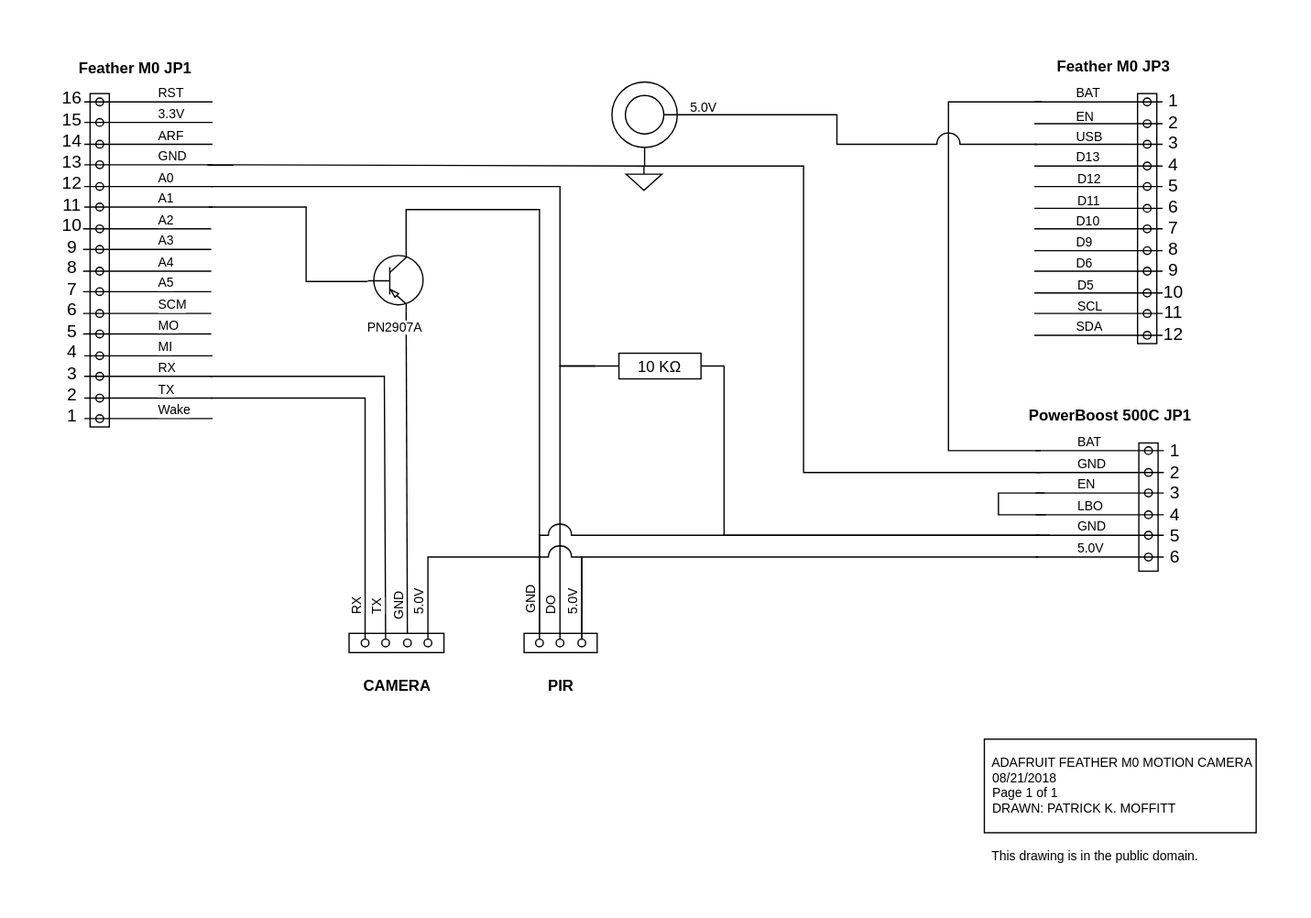
Above: images/motion_camera_schematic.svg in patrickmoffitt/Adafruit-Feather-M0-Motion-Camera (draw.io), before the change. Source tidied: cells renumbered, new cells last; positions are measured from the earlier drawing's top-left corner, leaving out a move shared by most shapes.
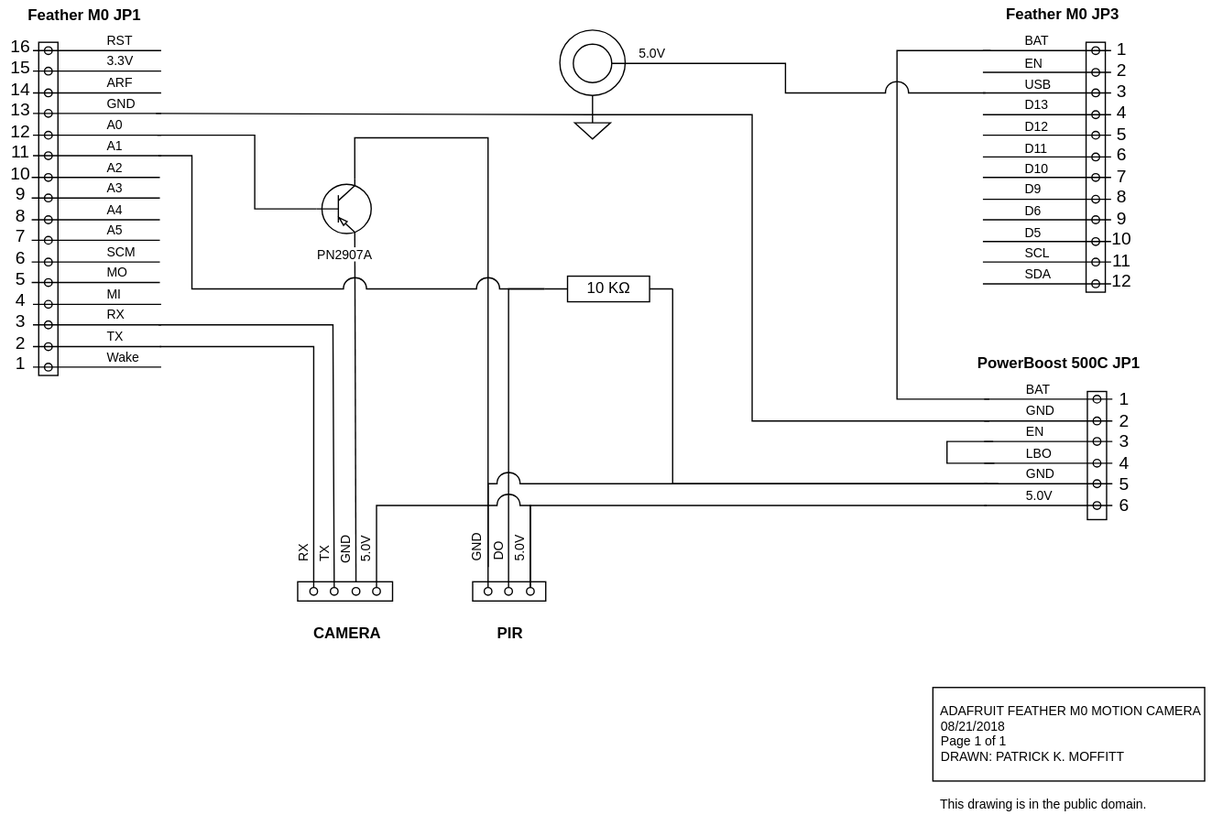
The same diagram one commit later.

Commit message:
Corrected PIN assingments. Thanks to @krisbros for pointing out my mistake.

Change to the diagram source:
```diff
@@ -18,17 +18,8 @@
         </Array>
       </mxGeometry>
     </mxCell>
-    <mxCell id="5" style="edgeStyle=orthogonalEdgeStyle;rounded=0;jumpStyle=arc;jumpSize=18;html=1;exitX=0;exitY=0.5;exitPerimeter=0;startArrow=none;startFill=0;endArrow=none;endFill=0;jettySize=auto;strokeColor=#000000;fontSize=10;" parent="1" edge="1" source="6">
-      <mxGeometry relative="1" as="geometry">
-        <mxPoint x="124" y="105" as="targetPoint" />
-        <Array as="points">
-          <mxPoint x="396" y="245" />
-          <mxPoint x="396" y="105" />
-        </Array>
-      </mxGeometry>
-    </mxCell>
     <mxCell id="6" value="10 KΩ" style="verticalLabelPosition=middle;shadow=0;dashed=0;align=center;fillColor=#ffffff;html=1;verticalAlign=middle;strokeWidth=1;shape=mxgraph.electrical.resistors.resistor_1;labelBackgroundColor=#FFFFFF;fontSize=12;labelPosition=center;" parent="1" vertex="1">
-      <mxGeometry x="424" y="235" width="100" height="20" as="geometry" />
+      <mxGeometry x="424" y="215" width="100" height="20" as="geometry" />
     </mxCell>
     <mxCell id="7" value="&lt;br&gt;&amp;nbsp; ADAFRUIT FEATHER M0 MOTION CAMERA&amp;nbsp; &lt;br&gt;&amp;nbsp; 08/21/2018&lt;br&gt;&amp;nbsp; Page 1 of 1&lt;br&gt;&amp;nbsp; DRAWN: PATRICK K. MOFFITT&lt;br&gt;&amp;nbsp;" style="text;html=1;fontSize=10;labelBorderColor=#000000;spacing=2;spacingLeft=0;" parent="1" vertex="1">
       <mxGeometry x="725" y="529" width="30" height="18" as="geometry" />
@@ -480,23 +471,24 @@
     </mxCell>
     <mxCell id="108" style="edgeStyle=orthogonalEdgeStyle;rounded=0;jumpStyle=arc;jumpSize=18;html=1;exitX=0;exitY=0.5;exitPerimeter=0;startArrow=none;startFill=0;endArrow=none;endFill=0;jettySize=auto;strokeColor=#000000;fontSize=10;" parent="1" edge="1" source="110">
       <mxGeometry relative="1" as="geometry">
-        <mxPoint x="122" y="121" as="targetPoint" />
+        <mxPoint x="122" y="105" as="targetPoint" />
         <Array as="points">
-          <mxPoint x="198" y="179" />
-          <mxPoint x="198" y="121" />
+          <mxPoint x="198" y="163" />
+          <mxPoint x="198" y="105" />
         </Array>
       </mxGeometry>
     </mxCell>
-    <mxCell id="109" style="edgeStyle=orthogonalEdgeStyle;rounded=0;jumpStyle=arc;jumpSize=18;html=1;exitX=0.7;exitY=1;exitPerimeter=0;entryX=1;entryY=0.5;startArrow=none;startFill=0;endArrow=none;endFill=0;jettySize=auto;strokeColor=#000000;fontSize=10;" parent="1" edge="1" source="110" target="152">
+    <mxCell id="109" style="edgeStyle=orthogonalEdgeStyle;rounded=0;jumpStyle=arc;jumpSize=18;html=1;exitX=0.7;exitY=1;exitPerimeter=0;entryX=1;entryY=0.5;startArrow=none;startFill=0;endArrow=none;endFill=0;jettySize=auto;strokeColor=#000000;fontSize=10;" parent="1" edge="1" source="110">
       <mxGeometry relative="1" as="geometry">
+        <mxPoint x="380" y="442" as="targetPoint" />
         <Array as="points">
-          <mxPoint x="276" y="123" />
-          <mxPoint x="380" y="123" />
+          <mxPoint x="276" y="107" />
+          <mxPoint x="380" y="107" />
         </Array>
       </mxGeometry>
     </mxCell>
     <mxCell id="110" value="&lt;span style=&quot;background-color: rgb(255 , 255 , 255)&quot;&gt;PN2907A&lt;/span&gt;" style="verticalLabelPosition=bottom;shadow=0;dashed=0;align=center;fillColor=#ffffff;html=1;verticalAlign=top;strokeWidth=1;shape=mxgraph.electrical.transistors.pnp_transistor_1;labelBackgroundColor=none;fontSize=10;flipV=1;" parent="1" vertex="1">
-      <mxGeometry x="245" y="155" width="45" height="47" as="geometry" />
+      <mxGeometry x="245" y="139" width="45" height="47" as="geometry" />
     </mxCell>
     <mxCell id="111" style="group;" parent="1" vertex="1">
       <mxGeometry x="759" y="273" width="132" height="133" as="geometry" />
@@ -783,5 +775,14 @@
         <mxPoint y="1.8" as="offset" />
       </mxGeometry>
     </mxCell>
+    <mxCell id="175" style="edgeStyle=orthogonalEdgeStyle;rounded=0;jumpStyle=arc;jumpSize=18;html=1;startArrow=none;startFill=0;endArrow=none;endFill=0;jettySize=auto;strokeColor=#000000;fontSize=10;exitX=0;exitY=0.5;exitDx=0;exitDy=0;exitPerimeter=0;" parent="1" edge="1" source="6">
+      <mxGeometry relative="1" as="geometry">
+        <mxPoint x="123" y="121" as="targetPoint" />
+        <Array as="points">
+          <mxPoint x="149" y="225" />
+          <mxPoint x="149" y="121" />
+        </Array>
+      </mxGeometry>
+    </mxCell>
   </root>
 </mxGraphModel>
```
